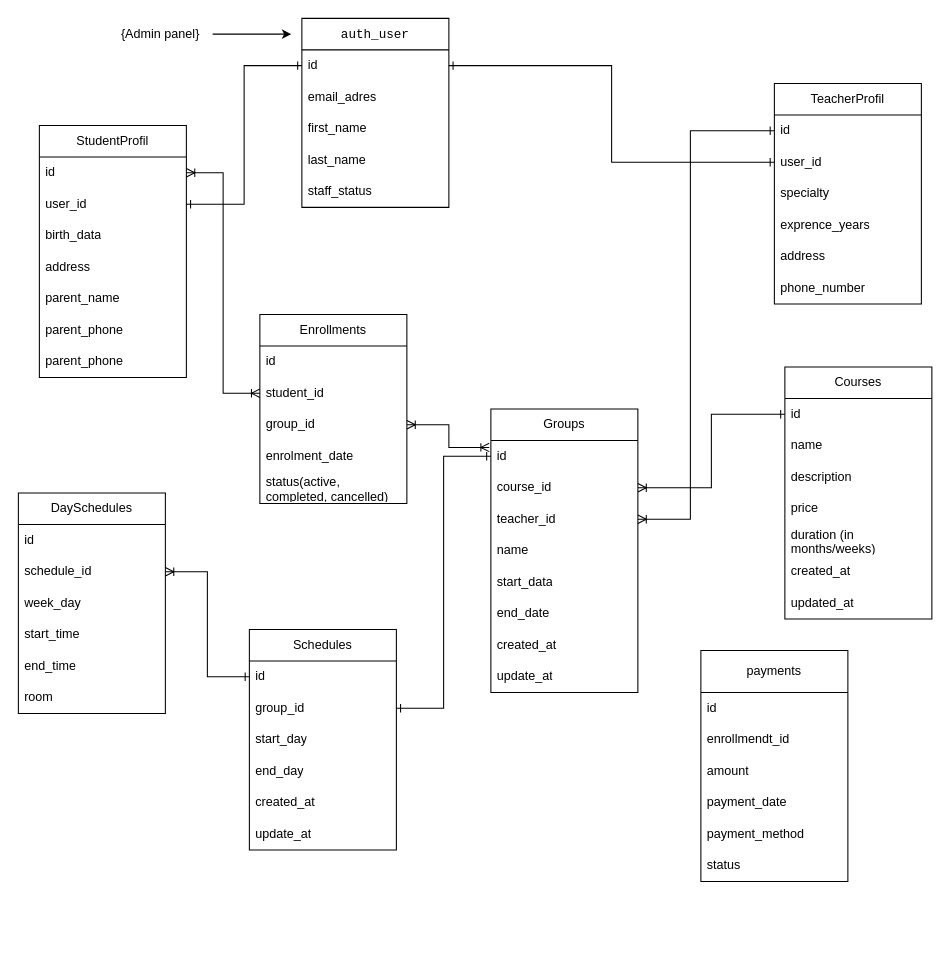
The draw.io diagram smart_education_db_structure.drawio in yoqubjonov03-dev/SmartEducation, before the edit. Source tidied: cells renumbered, new cells numbered last; positions are measured from the earlier drawing's top-left corner, leaving out a move shared by most shapes. Both pictures are drawn from the tidied source at 105%, with x=0, y=0 at pixel (18, 18).
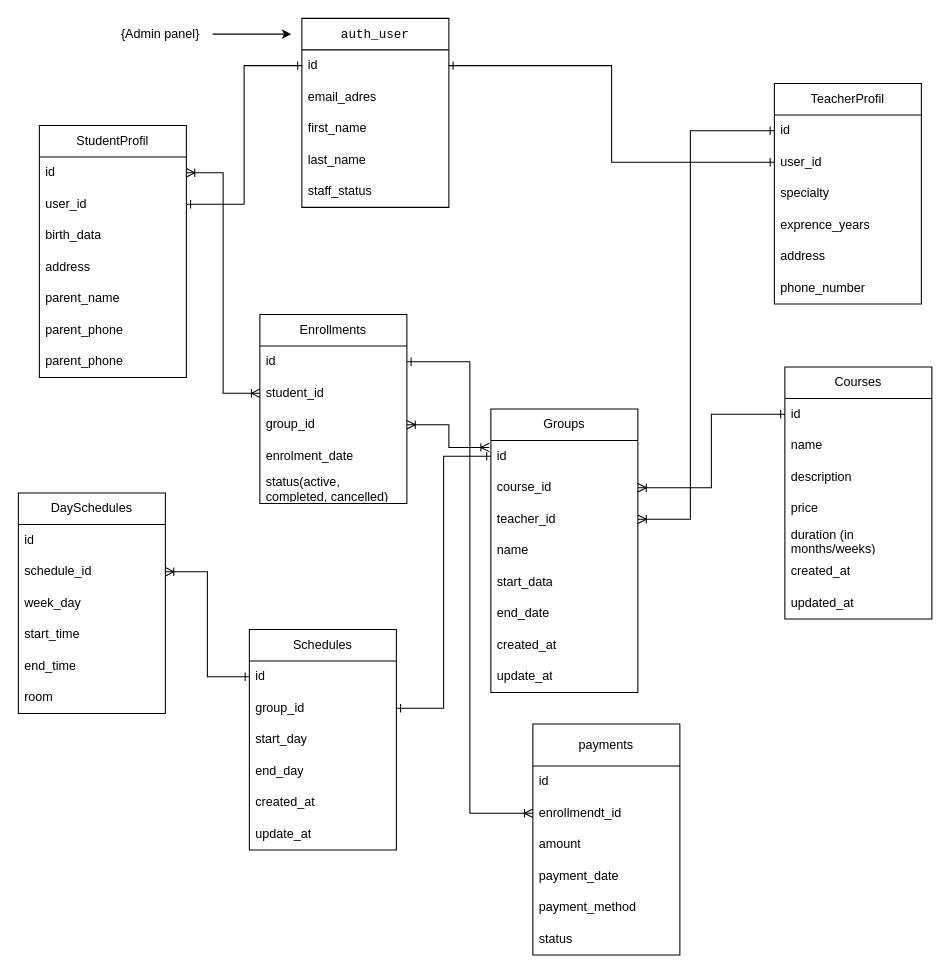
After the change.

The change refers to these unchanged cells:
```xml
<mxCell id="46" value="id" style="text;strokeColor=none;fillColor=none;align=left;verticalAlign=middle;spacingLeft=4;spacingRight=4;overflow=hidden;points=[[0,0.5],[1,0.5]];portConstraint=eastwest;whiteSpace=wrap;html=1;" parent="45" vertex="1">
  <mxGeometry y="30" width="140" height="30" as="geometry" />
</mxCell>
<mxCell id="64" value="enrollmendt_id" style="text;strokeColor=none;fillColor=none;align=left;verticalAlign=middle;spacingLeft=4;spacingRight=4;overflow=hidden;points=[[0,0.5],[1,0.5]];portConstraint=eastwest;whiteSpace=wrap;html=1;" parent="62" vertex="1">
  <mxGeometry y="70" width="140" height="30" as="geometry" />
</mxCell>
```

What changed in the source:
```diff
@@
     <mxCell id="62" value="payments" style="swimlane;fontStyle=0;horizontal=1;startSize=40;whiteSpace=wrap;html=1;" parent="1" vertex="1">
-      <mxGeometry x="650" y="602" width="140" height="220" as="geometry" />
+      <mxGeometry x="490" y="672" width="140" height="220" as="geometry" />
     </mxCell>
@@
+    <mxCell id="77" style="edgeStyle=orthogonalEdgeStyle;rounded=0;jettySize=auto;html=1;exitX=0;exitY=0.5;exitDx=0;exitDy=0;entryX=1;entryY=0.5;entryDx=0;entryDy=0;startArrow=ERoneToMany;startFill=0;endArrow=ERone;endFill=0;" parent="1" edge="1" source="64" target="46">
+      <mxGeometry relative="1" as="geometry" />
+    </mxCell>
```
